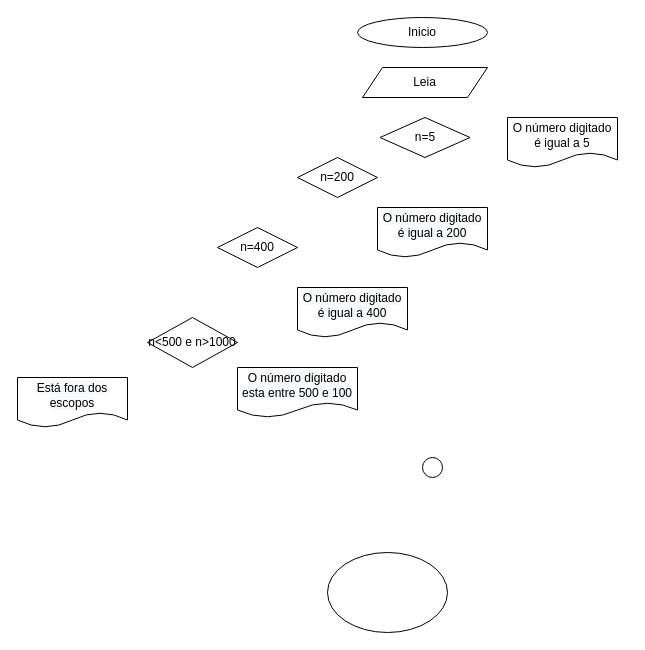
Before: fluxograma 4.drawio in kaiorod/teste-calculadora, a draw.io diagram. Source tidied: cells renumbered, new cells numbered last; positions are measured from the earlier drawing's top-left corner, leaving out a move shared by most shapes. Both pictures are drawn from the tidied source at 100%, with x=0, y=0 at pixel (17, 17).
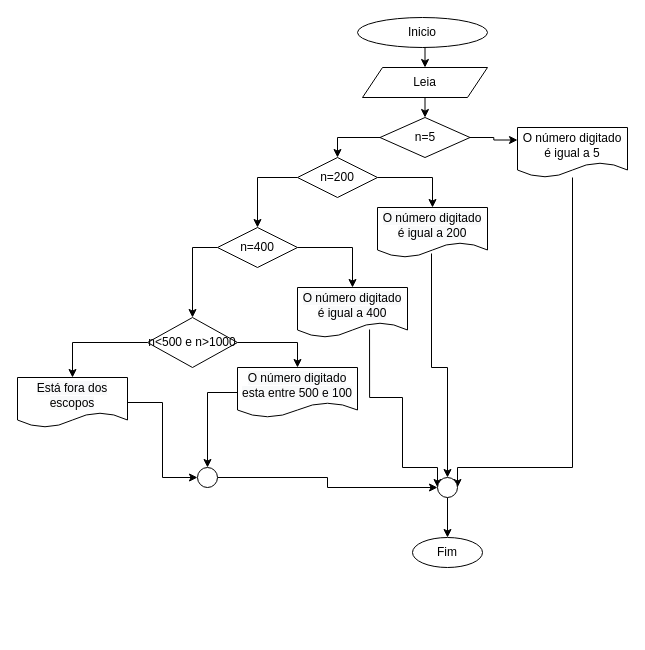
After the change.

Unchanged cells that the change refers to:
```xml
<mxCell id="2" value="Inicio" style="ellipse;whiteSpace=wrap;html=1;" parent="1" vertex="1">
  <mxGeometry x="340" width="130" height="30" as="geometry" />
</mxCell>
<mxCell id="3" value="Leia" style="shape=parallelogram;perimeter=parallelogramPerimeter;whiteSpace=wrap;html=1;fixedSize=1;" parent="1" vertex="1">
  <mxGeometry x="345" y="50" width="125" height="30" as="geometry" />
</mxCell>
<mxCell id="4" value="n=5" style="rhombus;whiteSpace=wrap;html=1;" parent="1" vertex="1">
  <mxGeometry x="362.5" y="100" width="90" height="40" as="geometry" />
</mxCell>
<mxCell id="6" value="n=200" style="rhombus;whiteSpace=wrap;html=1;" parent="1" vertex="1">
  <mxGeometry x="280" y="140" width="80" height="40" as="geometry" />
</mxCell>
<mxCell id="7" value="&lt;span style=&quot;color: rgb(0 , 0 , 0) ; font-family: &amp;#34;helvetica&amp;#34; ; font-size: 12px ; font-style: normal ; font-weight: 400 ; letter-spacing: normal ; text-align: center ; text-indent: 0px ; text-transform: none ; word-spacing: 0px ; background-color: rgb(248 , 249 , 250) ; display: inline ; float: none&quot;&gt;O número digitado é igual a 200&lt;/span&gt;" style="shape=document;whiteSpace=wrap;html=1;boundedLbl=1;" parent="1" vertex="1">
  <mxGeometry x="360" y="190" width="110" height="50" as="geometry" />
</mxCell>
<mxCell id="8" value="n=400" style="rhombus;whiteSpace=wrap;html=1;" parent="1" vertex="1">
  <mxGeometry x="200" y="210" width="80" height="40" as="geometry" />
</mxCell>
<mxCell id="9" value="&lt;span style=&quot;color: rgb(0 , 0 , 0) ; font-family: &amp;#34;helvetica&amp;#34; ; font-size: 12px ; font-style: normal ; font-weight: 400 ; letter-spacing: normal ; text-align: center ; text-indent: 0px ; text-transform: none ; word-spacing: 0px ; background-color: rgb(248 , 249 , 250) ; display: inline ; float: none&quot;&gt;O número digitado é igual a 400&lt;/span&gt;" style="shape=document;whiteSpace=wrap;html=1;boundedLbl=1;" parent="1" vertex="1">
  <mxGeometry x="280" y="270" width="110" height="50" as="geometry" />
</mxCell>
<mxCell id="10" value="n&amp;lt;500 e n&amp;gt;1000" style="rhombus;whiteSpace=wrap;html=1;" parent="1" vertex="1">
  <mxGeometry x="130" y="300" width="90" height="50" as="geometry" />
</mxCell>
<mxCell id="11" value="&lt;span style=&quot;color: rgb(0 , 0 , 0) ; font-family: &amp;#34;helvetica&amp;#34; ; font-size: 12px ; font-style: normal ; font-weight: 400 ; letter-spacing: normal ; text-align: center ; text-indent: 0px ; text-transform: none ; word-spacing: 0px ; background-color: rgb(248 , 249 , 250) ; display: inline ; float: none&quot;&gt;O número digitado esta entre 500 e 100&lt;/span&gt;" style="shape=document;whiteSpace=wrap;html=1;boundedLbl=1;" parent="1" vertex="1">
  <mxGeometry x="220" y="350" width="120" height="50" as="geometry" />
</mxCell>
<mxCell id="12" value="&lt;span style=&quot;color: rgb(0 , 0 , 0) ; font-family: &amp;#34;helvetica&amp;#34; ; font-size: 12px ; font-style: normal ; font-weight: 400 ; letter-spacing: normal ; text-align: center ; text-indent: 0px ; text-transform: none ; word-spacing: 0px ; background-color: rgb(248 , 249 , 250) ; display: inline ; float: none&quot;&gt;Está fora dos escopos&lt;/span&gt;" style="shape=document;whiteSpace=wrap;html=1;boundedLbl=1;" parent="1" vertex="1">
  <mxGeometry y="360" width="110" height="50" as="geometry" />
</mxCell>
```

What changed in the source:
```diff
@@
+    <mxCell id="15" style="edgeStyle=orthogonalEdgeStyle;rounded=0;jettySize=auto;html=1;exitX=0.5;exitY=1;exitDx=0;exitDy=0;entryX=0.5;entryY=0;entryDx=0;entryDy=0;" parent="1" edge="1" source="2" target="3">
+      <mxGeometry relative="1" as="geometry" />
+    </mxCell>
@@
+    <mxCell id="16" style="edgeStyle=orthogonalEdgeStyle;rounded=0;jettySize=auto;html=1;exitX=0.5;exitY=1;exitDx=0;exitDy=0;entryX=0.5;entryY=0;entryDx=0;entryDy=0;" parent="1" edge="1" source="3" target="4">
+      <mxGeometry relative="1" as="geometry" />
+    </mxCell>
@@
+    <mxCell id="17" style="edgeStyle=orthogonalEdgeStyle;rounded=0;jettySize=auto;html=1;exitX=1;exitY=0.5;exitDx=0;exitDy=0;entryX=0;entryY=0.25;entryDx=0;entryDy=0;" parent="1" edge="1" source="4" target="5">
+      <mxGeometry relative="1" as="geometry" />
+    </mxCell>
+    <mxCell id="18" style="edgeStyle=orthogonalEdgeStyle;rounded=0;jettySize=auto;html=1;exitX=0;exitY=0.5;exitDx=0;exitDy=0;entryX=0.5;entryY=0;entryDx=0;entryDy=0;" parent="1" edge="1" source="4" target="6">
+      <mxGeometry relative="1" as="geometry" />
+    </mxCell>
@@
+    <mxCell id="19" style="edgeStyle=orthogonalEdgeStyle;rounded=0;jettySize=auto;html=1;entryX=1;entryY=0.5;entryDx=0;entryDy=0;" parent="1" edge="1" source="5" target="14">
+      <mxGeometry relative="1" as="geometry">
+        <Array as="points">
+          <mxPoint x="555" y="450" />
+        </Array>
+      </mxGeometry>
+    </mxCell>
     <mxCell id="5" value="O número digitado é igual a 5" style="shape=document;whiteSpace=wrap;html=1;boundedLbl=1;" parent="1" vertex="1">
-      <mxGeometry x="490" y="100" width="110" height="50" as="geometry" />
+      <mxGeometry x="500" y="110" width="110" height="50" as="geometry" />
     </mxCell>
+    <mxCell id="20" style="edgeStyle=orthogonalEdgeStyle;rounded=0;jettySize=auto;html=1;exitX=0;exitY=0.5;exitDx=0;exitDy=0;" parent="1" edge="1" source="6" target="8">
+      <mxGeometry relative="1" as="geometry" />
+    </mxCell>
+    <mxCell id="21" style="edgeStyle=orthogonalEdgeStyle;rounded=0;jettySize=auto;html=1;exitX=1;exitY=0.5;exitDx=0;exitDy=0;entryX=0.5;entryY=0;entryDx=0;entryDy=0;" parent="1" edge="1" source="6" target="7">
+      <mxGeometry relative="1" as="geometry" />
+    </mxCell>
@@
+    <mxCell id="22" style="edgeStyle=orthogonalEdgeStyle;rounded=0;jettySize=auto;html=1;entryX=0.5;entryY=0;entryDx=0;entryDy=0;exitX=0.491;exitY=0.92;exitDx=0;exitDy=0;exitPerimeter=0;" parent="1" edge="1" source="7" target="14">
+      <mxGeometry relative="1" as="geometry" />
+    </mxCell>
@@
+    <mxCell id="23" style="edgeStyle=orthogonalEdgeStyle;rounded=0;jettySize=auto;html=1;exitX=0;exitY=0.5;exitDx=0;exitDy=0;entryX=0.5;entryY=0;entryDx=0;entryDy=0;" parent="1" edge="1" source="8" target="10">
+      <mxGeometry relative="1" as="geometry" />
+    </mxCell>
+    <mxCell id="24" style="edgeStyle=orthogonalEdgeStyle;rounded=0;jettySize=auto;html=1;exitX=1;exitY=0.5;exitDx=0;exitDy=0;entryX=0.5;entryY=0;entryDx=0;entryDy=0;" parent="1" edge="1" source="8" target="9">
+      <mxGeometry relative="1" as="geometry" />
+    </mxCell>
@@
+    <mxCell id="25" style="edgeStyle=orthogonalEdgeStyle;rounded=0;jettySize=auto;html=1;entryX=0;entryY=0.5;entryDx=0;entryDy=0;exitX=0.655;exitY=0.84;exitDx=0;exitDy=0;exitPerimeter=0;" parent="1" edge="1" source="9" target="14">
+      <mxGeometry relative="1" as="geometry">
+        <Array as="points">
+          <mxPoint x="352" y="380" />
+          <mxPoint x="385" y="380" />
+          <mxPoint x="385" y="450" />
+        </Array>
+      </mxGeometry>
+    </mxCell>
@@
+    <mxCell id="26" style="edgeStyle=orthogonalEdgeStyle;rounded=0;jettySize=auto;html=1;exitX=0;exitY=0.5;exitDx=0;exitDy=0;" parent="1" edge="1" source="10" target="12">
+      <mxGeometry relative="1" as="geometry" />
+    </mxCell>
+    <mxCell id="27" style="edgeStyle=orthogonalEdgeStyle;rounded=0;jettySize=auto;html=1;exitX=1;exitY=0.5;exitDx=0;exitDy=0;entryX=0.5;entryY=0;entryDx=0;entryDy=0;" parent="1" edge="1" source="10" target="11">
+      <mxGeometry relative="1" as="geometry" />
+    </mxCell>
@@
+    <mxCell id="28" style="edgeStyle=orthogonalEdgeStyle;rounded=0;jettySize=auto;html=1;entryX=0.5;entryY=0;entryDx=0;entryDy=0;" parent="1" edge="1" source="11" target="32">
+      <mxGeometry relative="1" as="geometry" />
+    </mxCell>
@@
+    <mxCell id="29" style="edgeStyle=orthogonalEdgeStyle;rounded=0;jettySize=auto;html=1;entryX=0;entryY=0.5;entryDx=0;entryDy=0;" parent="1" edge="1" source="12" target="32">
+      <mxGeometry relative="1" as="geometry" />
+    </mxCell>
@@
-    <mxCell id="13" style="ellipse;whiteSpace=wrap;html=1;" parent="1" vertex="1">
-      <mxGeometry x="310" y="535" width="120" height="80" as="geometry" />
+    <mxCell id="13" value="Fim" style="ellipse;whiteSpace=wrap;html=1;" parent="1" vertex="1">
+      <mxGeometry x="395" y="520" width="70" height="30" as="geometry" />
     </mxCell>
+    <mxCell id="30" style="edgeStyle=orthogonalEdgeStyle;rounded=0;jettySize=auto;html=1;exitX=0.5;exitY=1;exitDx=0;exitDy=0;entryX=0.5;entryY=0;entryDx=0;entryDy=0;" parent="1" edge="1" source="14" target="13">
+      <mxGeometry relative="1" as="geometry" />
+    </mxCell>
     <mxCell id="14" style="ellipse;whiteSpace=wrap;html=1;" parent="1" vertex="1">
-      <mxGeometry x="405" y="440" width="20" height="20" as="geometry" />
+      <mxGeometry x="420" y="460" width="20" height="20" as="geometry" />
     </mxCell>
+    <mxCell id="31" style="edgeStyle=orthogonalEdgeStyle;rounded=0;jettySize=auto;html=1;exitX=1;exitY=0.5;exitDx=0;exitDy=0;entryX=0;entryY=0.5;entryDx=0;entryDy=0;" parent="1" edge="1" source="32" target="14">
+      <mxGeometry relative="1" as="geometry" />
+    </mxCell>
+    <mxCell id="32" style="ellipse;whiteSpace=wrap;html=1;" parent="1" vertex="1">
+      <mxGeometry x="180" y="450" width="20" height="20" as="geometry" />
+    </mxCell>
```
